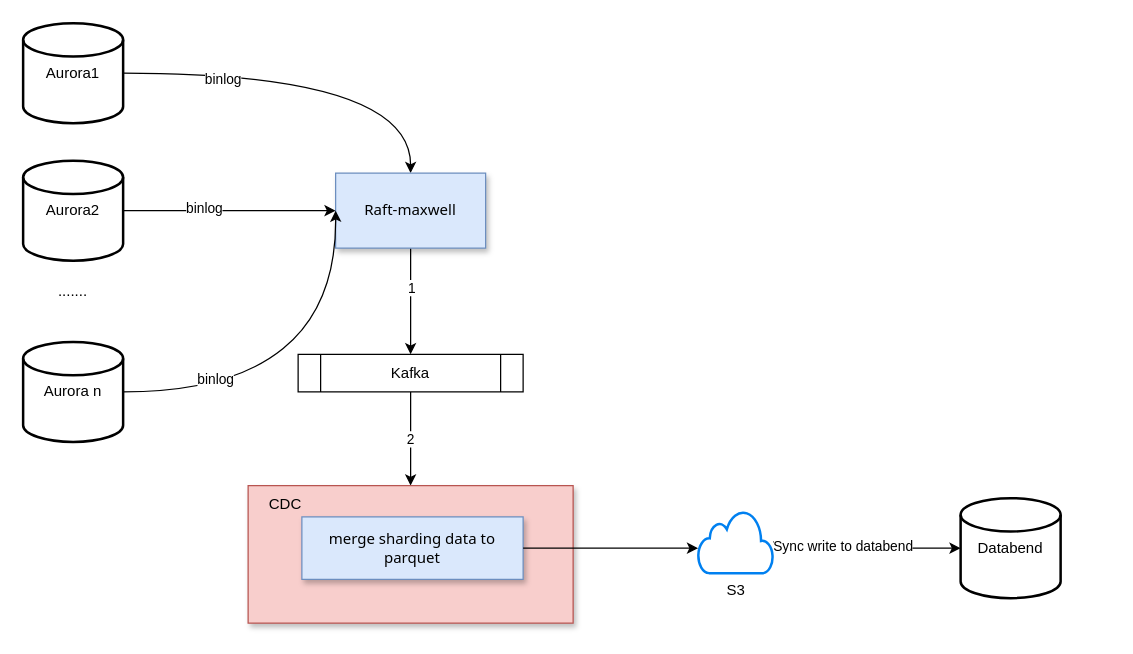
jackjoesh/databend keeps this draw.io diagram as doc/databend-多表合一.drawio. Above is the earlier version. Source tidied: cells renumbered, new cells numbered last; positions are measured from the earlier drawing's top-left corner, leaving out a move shared by most shapes. Both pictures are drawn from the tidied source at 125%, with x=0, y=0 at pixel (22, 22).
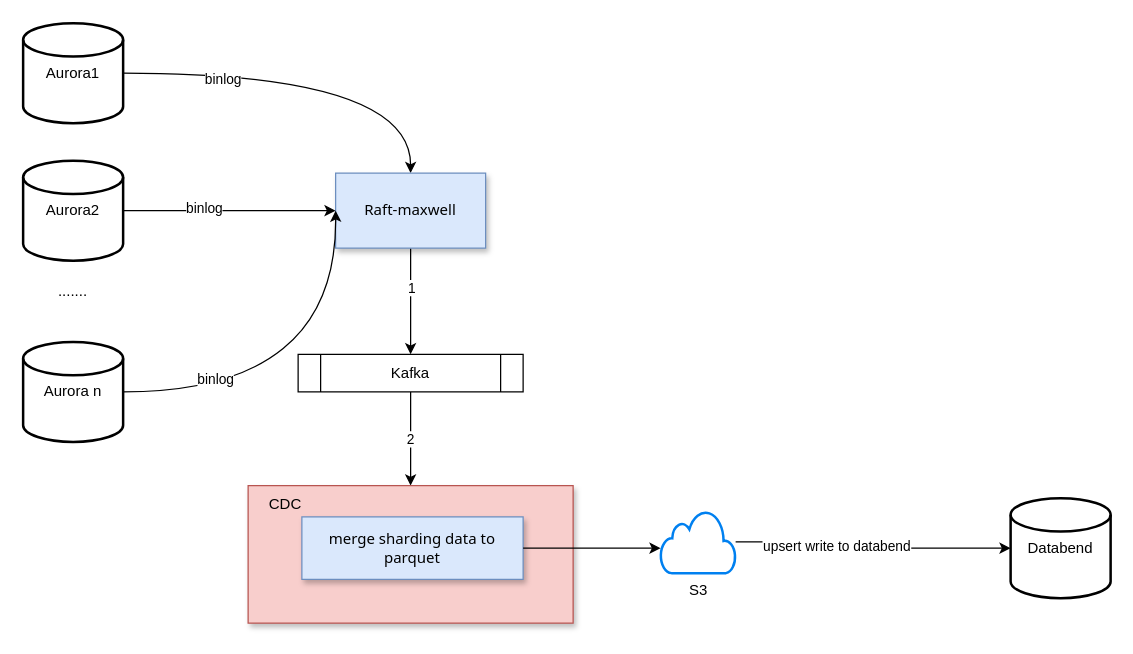
The same page after the edit.

Commit message:
更新databend-多表合一.drawio

Unchanged cells that the change refers to:
```xml
<mxCell id="11" style="edgeStyle=orthogonalEdgeStyle;rounded=0;jettySize=auto;html=1;" parent="1" edge="1" source="13" target="14">
  <mxGeometry relative="1" as="geometry" />
</mxCell>
```

What changed in the source:
```diff
@@
-    <mxCell id="12" value="Sync write to databend" style="edgeLabel;html=1;align=center;verticalAlign=middle;" parent="11" vertex="1">
+    <mxCell id="12" value="upsert write to databend" style="edgeLabel;html=1;align=center;verticalAlign=middle;" parent="11" vertex="1">
       <mxGeometry x="-0.29" y="-3" relative="1" as="geometry" />
     </mxCell>
     <mxCell id="13" value="S3" style="html=1;verticalLabelPosition=bottom;align=center;labelBackgroundColor=#ffffff;verticalAlign=top;strokeWidth=2;strokeColor=#0080F0;shadow=0;dashed=0;shape=mxgraph.ios7.icons.cloud;" parent="1" vertex="1">
-      <mxGeometry x="540" y="390" width="60" height="50" as="geometry" />
+      <mxGeometry x="510" y="390" width="60" height="50" as="geometry" />
     </mxCell>
     <mxCell id="14" value="Databend" style="strokeWidth=2;html=1;shape=mxgraph.flowchart.database;whiteSpace=wrap;" parent="1" vertex="1">
-      <mxGeometry x="750" y="380" width="80" height="80" as="geometry" />
+      <mxGeometry x="790" y="380" width="80" height="80" as="geometry" />
     </mxCell>
```
